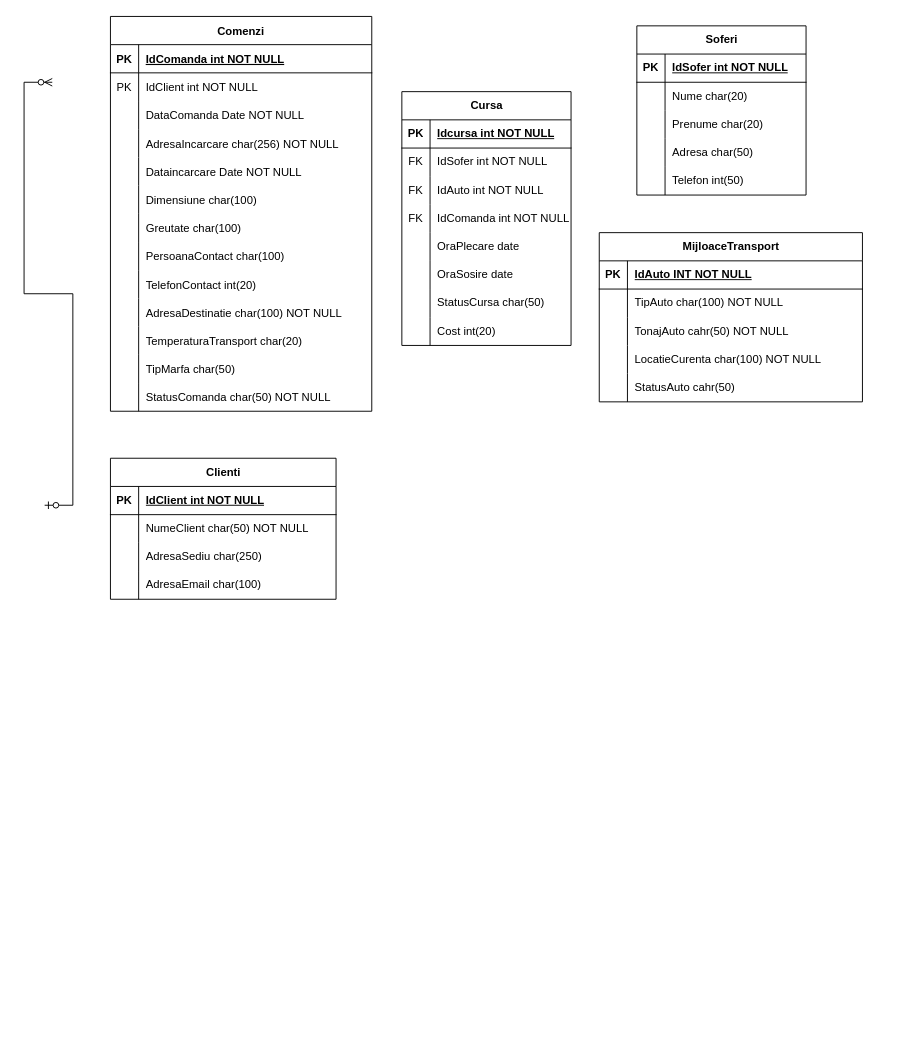
This is TransportDataBase.drawio from AncaOanaM/Transport-Database, a draw.io file, before an edit. Source tidied: cells renumbered, new cells numbered last; positions are measured from the earlier drawing's top-left corner, leaving out a move shared by most shapes. Both pictures are drawn from the tidied source at 94%, with x=0, y=0 at pixel (-52, 16).
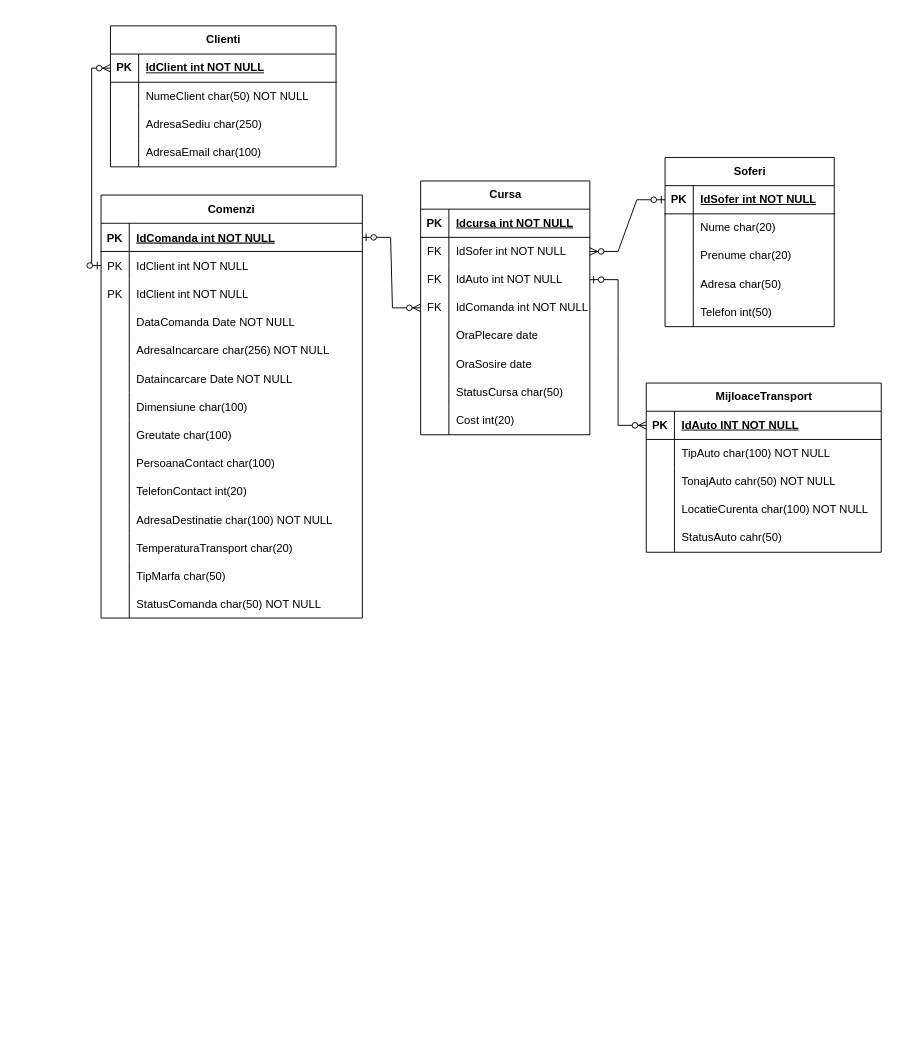
After the change.

The change refers to these unchanged cells:
```xml
<mxCell id="4" style="shape=tableRow;horizontal=0;startSize=0;swimlaneHead=0;swimlaneBody=0;fillColor=none;points=[[0,0.5],[1,0.5]];portConstraint=eastwest;top=0;left=0;right=0;bottom=1;" parent="3" vertex="1">
  <mxGeometry y="30" width="240" height="30" as="geometry" />
</mxCell>
<mxCell id="46" style="shape=tableRow;horizontal=0;startSize=0;swimlaneHead=0;swimlaneBody=0;fillColor=none;points=[[0,0.5],[1,0.5]];portConstraint=eastwest;top=0;left=0;right=0;bottom=0;" parent="42" vertex="1">
  <mxGeometry y="60" width="180" height="30" as="geometry" />
</mxCell>
<mxCell id="49" style="shape=tableRow;horizontal=0;startSize=0;swimlaneHead=0;swimlaneBody=0;fillColor=none;points=[[0,0.5],[1,0.5]];portConstraint=eastwest;top=0;left=0;right=0;bottom=0;" parent="42" vertex="1">
  <mxGeometry y="90" width="180" height="30" as="geometry" />
</mxCell>
<mxCell id="52" style="shape=tableRow;horizontal=0;startSize=0;swimlaneHead=0;swimlaneBody=0;fillColor=none;points=[[0,0.5],[1,0.5]];portConstraint=eastwest;top=0;left=0;right=0;bottom=0;" parent="42" vertex="1">
  <mxGeometry y="120" width="180" height="30" as="geometry" />
</mxCell>
<mxCell id="68" style="shape=tableRow;horizontal=0;startSize=0;swimlaneHead=0;swimlaneBody=0;fillColor=none;points=[[0,0.5],[1,0.5]];portConstraint=eastwest;top=0;left=0;right=0;bottom=1;" parent="67" vertex="1">
  <mxGeometry y="30" width="180" height="30" as="geometry" />
</mxCell>
<mxCell id="84" style="shape=partialRectangle;fillColor=none;points=[[0,0.5],[1,0.5]];portConstraint=eastwest;top=0;left=0;right=0;bottom=1;" parent="83" vertex="1">
  <mxGeometry y="30" width="278" height="30" as="geometry" />
</mxCell>
```

What changed in the source:
```diff
@@
-    <mxCell id="2" style="edgeStyle=entityRelationEdgeStyle;fontSize=12;html=1;endArrow=ERzeroToMany;startArrow=ERzeroToOne;rounded=0;entryX=0;entryY=0.5;entryDx=0;entryDy=0;" parent="1" edge="1">
-      <mxGeometry relative="1" as="geometry">
-        <mxPoint x="102" y="520" as="sourcePoint" />
-        <mxPoint x="110.1" y="70" as="targetPoint" />
-        <Array as="points">
-          <mxPoint x="100.1" y="505" />
-          <mxPoint x="40.1" y="405" />
-          <mxPoint x="40.1" y="405" />
-          <mxPoint x="90.1" y="505" />
-          <mxPoint x="0.1" y="375" />
-          <mxPoint x="90.1" y="185" />
-          <mxPoint x="80.1" y="185" />
-        </Array>
-      </mxGeometry>
-    </mxCell>
     <mxCell id="3" value="Clienti" style="shape=table;startSize=30;childLayout=tableLayout;rowLines=0;fontStyle=1;align=center;html=1;" parent="1" vertex="1">
-      <mxGeometry x="172" y="470" width="240" height="150" as="geometry" />
+      <mxGeometry x="172" y="10" width="240" height="150" as="geometry" />
     </mxCell>
@@
     <mxCell id="26" value="MijloaceTransport" style="shape=table;startSize=30;childLayout=tableLayout;rowLines=0;fontStyle=1;align=center;html=1;" parent="1" vertex="1">
-      <mxGeometry x="692" y="230" width="280" height="180" as="geometry" />
+      <mxGeometry x="742" y="390" width="250" height="180" as="geometry" />
     </mxCell>
     <mxCell id="27" style="shape=tableRow;horizontal=0;startSize=0;swimlaneHead=0;swimlaneBody=0;fillColor=none;points=[[0,0.5],[1,0.5]];portConstraint=eastwest;top=0;left=0;right=0;bottom=1;" parent="26" vertex="1">
-      <mxGeometry y="30" width="280" height="30" as="geometry" />
+      <mxGeometry y="30" width="250" height="30" as="geometry" />
     </mxCell>
@@
     <mxCell id="29" value="IdAuto INT NOT NULL" style="shape=partialRectangle;fillColor=none;top=0;left=0;bottom=0;right=0;align=left;spacingLeft=6;fontStyle=5;overflow=hidden;whiteSpace=wrap;html=1;" parent="27" vertex="1">
-      <mxGeometry x="30" width="250" height="30" as="geometry" />
+      <mxGeometry x="30" width="220" height="30" as="geometry" />
     </mxCell>
     <mxCell id="30" style="shape=tableRow;horizontal=0;startSize=0;swimlaneHead=0;swimlaneBody=0;fillColor=none;top=0;left=0;right=0;bottom=0;" parent="26" vertex="1">
-      <mxGeometry y="60" width="280" height="30" as="geometry" />
+      <mxGeometry y="60" width="250" height="30" as="geometry" />
     </mxCell>
@@
     <mxCell id="32" value="TipAuto char(100) NOT NULL" style="shape=partialRectangle;fillColor=none;top=0;left=0;bottom=0;right=0;align=left;spacingLeft=6;overflow=hidden;whiteSpace=wrap;html=1;" parent="30" vertex="1">
-      <mxGeometry x="30" width="250" height="30" as="geometry" />
+      <mxGeometry x="30" width="220" height="30" as="geometry" />
     </mxCell>
     <mxCell id="33" style="shape=tableRow;horizontal=0;startSize=0;swimlaneHead=0;swimlaneBody=0;fillColor=none;top=0;left=0;right=0;bottom=0;" parent="26" vertex="1">
-      <mxGeometry y="90" width="280" height="30" as="geometry" />
+      <mxGeometry y="90" width="250" height="30" as="geometry" />
     </mxCell>
@@
     <mxCell id="35" value="TonajAuto cahr(50) NOT NULL" style="shape=partialRectangle;fillColor=none;top=0;left=0;bottom=0;right=0;align=left;spacingLeft=6;overflow=hidden;whiteSpace=wrap;html=1;" parent="33" vertex="1">
-      <mxGeometry x="30" width="250" height="30" as="geometry" />
+      <mxGeometry x="30" width="220" height="30" as="geometry" />
     </mxCell>
     <mxCell id="36" style="shape=tableRow;horizontal=0;startSize=0;swimlaneHead=0;swimlaneBody=0;fillColor=none;top=0;left=0;right=0;bottom=0;" parent="26" vertex="1">
-      <mxGeometry y="120" width="280" height="30" as="geometry" />
+      <mxGeometry y="120" width="250" height="30" as="geometry" />
     </mxCell>
@@
     <mxCell id="38" value="LocatieCurenta char(100) NOT NULL" style="shape=partialRectangle;fillColor=none;top=0;left=0;bottom=0;right=0;align=left;spacingLeft=6;overflow=hidden;whiteSpace=wrap;html=1;" parent="36" vertex="1">
-      <mxGeometry x="30" width="250" height="30" as="geometry" />
+      <mxGeometry x="30" width="220" height="30" as="geometry" />
     </mxCell>
     <mxCell id="39" style="shape=tableRow;horizontal=0;startSize=0;swimlaneHead=0;swimlaneBody=0;fillColor=none;top=0;left=0;right=0;bottom=0;" parent="26" vertex="1">
-      <mxGeometry y="150" width="280" height="30" as="geometry" />
+      <mxGeometry y="150" width="250" height="30" as="geometry" />
     </mxCell>
@@
     <mxCell id="41" value="StatusAuto cahr(50)" style="shape=partialRectangle;fillColor=none;top=0;left=0;bottom=0;right=0;align=left;spacingLeft=6;overflow=hidden;whiteSpace=wrap;html=1;" parent="39" vertex="1">
-      <mxGeometry x="30" width="250" height="30" as="geometry" />
+      <mxGeometry x="30" width="220" height="30" as="geometry" />
     </mxCell>
     <mxCell id="42" value="Cursa" style="shape=table;startSize=30;childLayout=tableLayout;rowLines=0;fontStyle=1;align=center;html=1;" parent="1" vertex="1">
-      <mxGeometry x="482" y="80" width="180" height="270" as="geometry" />
+      <mxGeometry x="502" y="175" width="180" height="270" as="geometry" />
     </mxCell>
@@
     <mxCell id="67" value="Soferi" style="shape=table;startSize=30;childLayout=tableLayout;rowLines=0;fontStyle=1;align=center;html=1;" parent="1" vertex="1">
-      <mxGeometry x="732" y="10" width="180" height="180" as="geometry" />
+      <mxGeometry x="762" y="150" width="180" height="180" as="geometry" />
     </mxCell>
@@
     <mxCell id="83" value="Comenzi" style="shape=table;startSize=30;childLayout=tableLayout;rowLines=0;fontStyle=1;align=center;" parent="1" vertex="1">
-      <mxGeometry x="172" width="278" height="420" as="geometry" />
+      <mxGeometry x="162" y="190" width="278" height="450" as="geometry" />
     </mxCell>
@@
+    <mxCell id="123" style="shape=partialRectangle;fillColor=none;points=[[0,0.5],[1,0.5]];portConstraint=eastwest;top=0;left=0;right=0;bottom=0;" parent="83" vertex="1">
+      <mxGeometry y="60" width="278" height="30" as="geometry" />
+    </mxCell>
+    <mxCell id="124" value="PK" style="shape=partialRectangle;overflow=hidden;fillColor=none;top=0;left=0;bottom=0;right=0;" parent="123" vertex="1">
+      <mxGeometry width="30" height="30" as="geometry" />
+    </mxCell>
+    <mxCell id="125" value="IdClient int NOT NULL" style="shape=partialRectangle;overflow=hidden;fillColor=none;top=0;left=0;bottom=0;right=0;align=left;spacingLeft=6;" parent="123" vertex="1">
+      <mxGeometry x="30" width="248" height="30" as="geometry" />
+    </mxCell>
     <mxCell id="87" style="shape=partialRectangle;fillColor=none;top=0;left=0;right=0;bottom=0;" parent="83" vertex="1">
-      <mxGeometry y="60" width="278" height="30" as="geometry" />
+      <mxGeometry y="90" width="278" height="30" as="geometry" />
     </mxCell>
@@
     <mxCell id="90" style="shape=partialRectangle;fillColor=none;top=0;left=0;right=0;bottom=0;" parent="83" vertex="1">
-      <mxGeometry y="90" width="278" height="30" as="geometry" />
+      <mxGeometry y="120" width="278" height="30" as="geometry" />
     </mxCell>
@@
     <mxCell id="93" style="shape=partialRectangle;fillColor=none;top=0;left=0;right=0;bottom=0;" parent="83" vertex="1">
-      <mxGeometry y="120" width="278" height="30" as="geometry" />
+      <mxGeometry y="150" width="278" height="30" as="geometry" />
     </mxCell>
@@
     <mxCell id="96" style="shape=partialRectangle;fillColor=none;top=0;left=0;right=0;bottom=0;" parent="83" vertex="1">
-      <mxGeometry y="150" width="278" height="30" as="geometry" />
+      <mxGeometry y="180" width="278" height="30" as="geometry" />
     </mxCell>
@@
     <mxCell id="99" style="shape=partialRectangle;fillColor=none;top=0;left=0;right=0;bottom=0;" parent="83" vertex="1">
-      <mxGeometry y="180" width="278" height="30" as="geometry" />
+      <mxGeometry y="210" width="278" height="30" as="geometry" />
     </mxCell>
@@
     <mxCell id="102" style="shape=partialRectangle;fillColor=none;top=0;left=0;right=0;bottom=0;" parent="83" vertex="1">
-      <mxGeometry y="210" width="278" height="30" as="geometry" />
+      <mxGeometry y="240" width="278" height="30" as="geometry" />
     </mxCell>
@@
     <mxCell id="105" style="shape=partialRectangle;fillColor=none;top=0;left=0;right=0;bottom=0;" parent="83" vertex="1">
-      <mxGeometry y="240" width="278" height="30" as="geometry" />
+      <mxGeometry y="270" width="278" height="30" as="geometry" />
     </mxCell>
@@
     <mxCell id="108" style="shape=partialRectangle;fillColor=none;top=0;left=0;right=0;bottom=0;" parent="83" vertex="1">
-      <mxGeometry y="270" width="278" height="30" as="geometry" />
+      <mxGeometry y="300" width="278" height="30" as="geometry" />
     </mxCell>
@@
     <mxCell id="111" style="shape=partialRectangle;fillColor=none;top=0;left=0;right=0;bottom=0;" parent="83" vertex="1">
-      <mxGeometry y="300" width="278" height="30" as="geometry" />
+      <mxGeometry y="330" width="278" height="30" as="geometry" />
     </mxCell>
@@
     <mxCell id="114" style="shape=partialRectangle;fillColor=none;top=0;left=0;right=0;bottom=0;" parent="83" vertex="1">
-      <mxGeometry y="330" width="278" height="30" as="geometry" />
+      <mxGeometry y="360" width="278" height="30" as="geometry" />
     </mxCell>
@@
     <mxCell id="117" style="shape=partialRectangle;fillColor=none;top=0;left=0;right=0;bottom=0;" parent="83" vertex="1">
-      <mxGeometry y="360" width="278" height="30" as="geometry" />
+      <mxGeometry y="390" width="278" height="30" as="geometry" />
     </mxCell>
@@
     <mxCell id="120" style="shape=partialRectangle;fillColor=none;top=0;left=0;right=0;bottom=0;" parent="83" vertex="1">
-      <mxGeometry y="390" width="278" height="30" as="geometry" />
+      <mxGeometry y="420" width="278" height="30" as="geometry" />
     </mxCell>
@@
+    <mxCell id="126" style="edgeStyle=entityRelationEdgeStyle;fontSize=12;html=1;endArrow=ERzeroToMany;startArrow=ERzeroToOne;rounded=0;exitX=0;exitY=0.5;exitDx=0;exitDy=0;entryX=1;entryY=0.5;entryDx=0;entryDy=0;" parent="1" edge="1" source="68" target="46">
+      <mxGeometry relative="1" as="geometry" />
+    </mxCell>
+    <mxCell id="127" style="edgeStyle=entityRelationEdgeStyle;fontSize=12;html=1;endArrow=ERzeroToMany;startArrow=ERzeroToOne;rounded=0;entryX=0;entryY=0.5;entryDx=0;entryDy=0;exitX=1;exitY=0.5;exitDx=0;exitDy=0;" parent="1" edge="1" source="49" target="27">
+      <mxGeometry relative="1" as="geometry" />
+    </mxCell>
+    <mxCell id="128" style="edgeStyle=entityRelationEdgeStyle;fontSize=12;html=1;endArrow=ERzeroToMany;startArrow=ERzeroToOne;rounded=0;entryX=0;entryY=0.5;entryDx=0;entryDy=0;exitX=1;exitY=0.5;exitDx=0;exitDy=0;" parent="1" edge="1" source="84" target="52">
+      <mxGeometry relative="1" as="geometry" />
+    </mxCell>
+    <mxCell id="129" style="edgeStyle=orthogonalEdgeStyle;fontSize=12;html=1;endArrow=ERzeroToMany;startArrow=ERzeroToOne;rounded=0;entryX=0;entryY=0.5;entryDx=0;entryDy=0;" parent="1" edge="1" source="123" target="4">
+      <mxGeometry relative="1" as="geometry" />
+    </mxCell>
```
